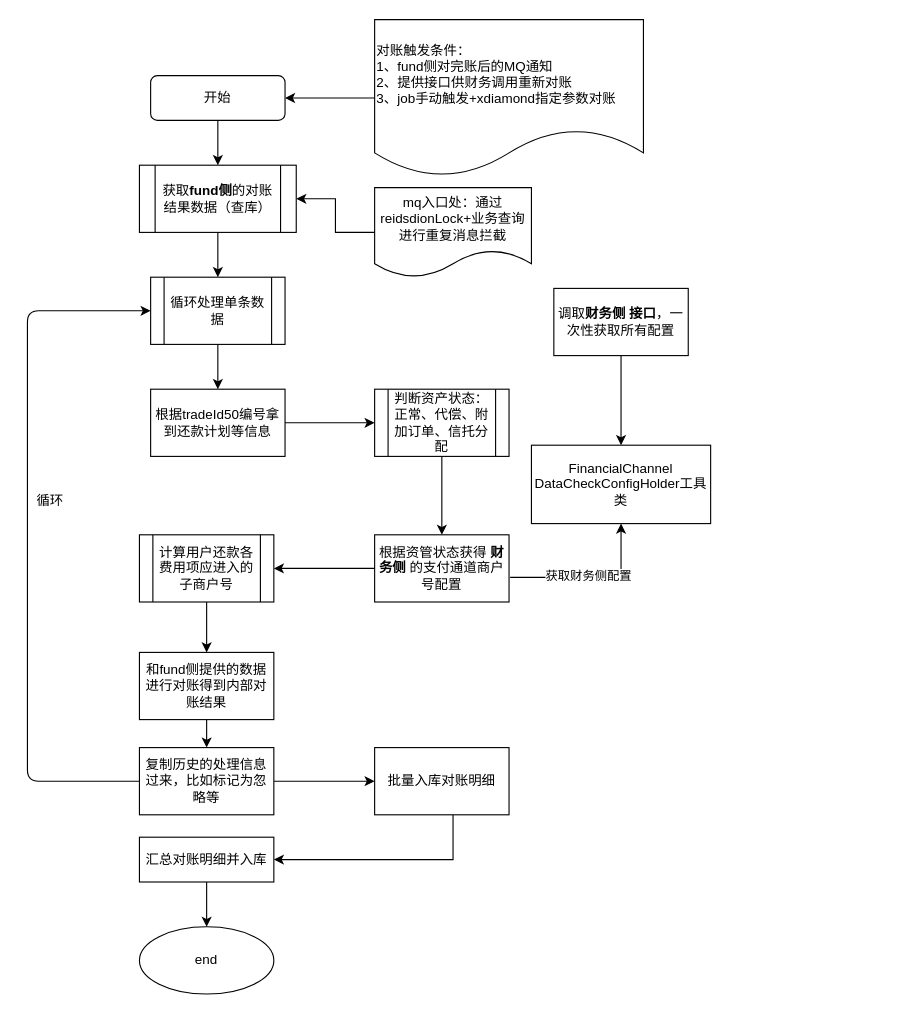
Above: tmp.drawio in guoZD/draw (draw.io), before the change. Source tidied: cells renumbered, new cells numbered last; positions are measured from the earlier drawing's top-left corner, leaving out a move shared by most shapes. Both pictures are drawn from the tidied source at 112%, with x=0, y=0 at pixel (27, 19).
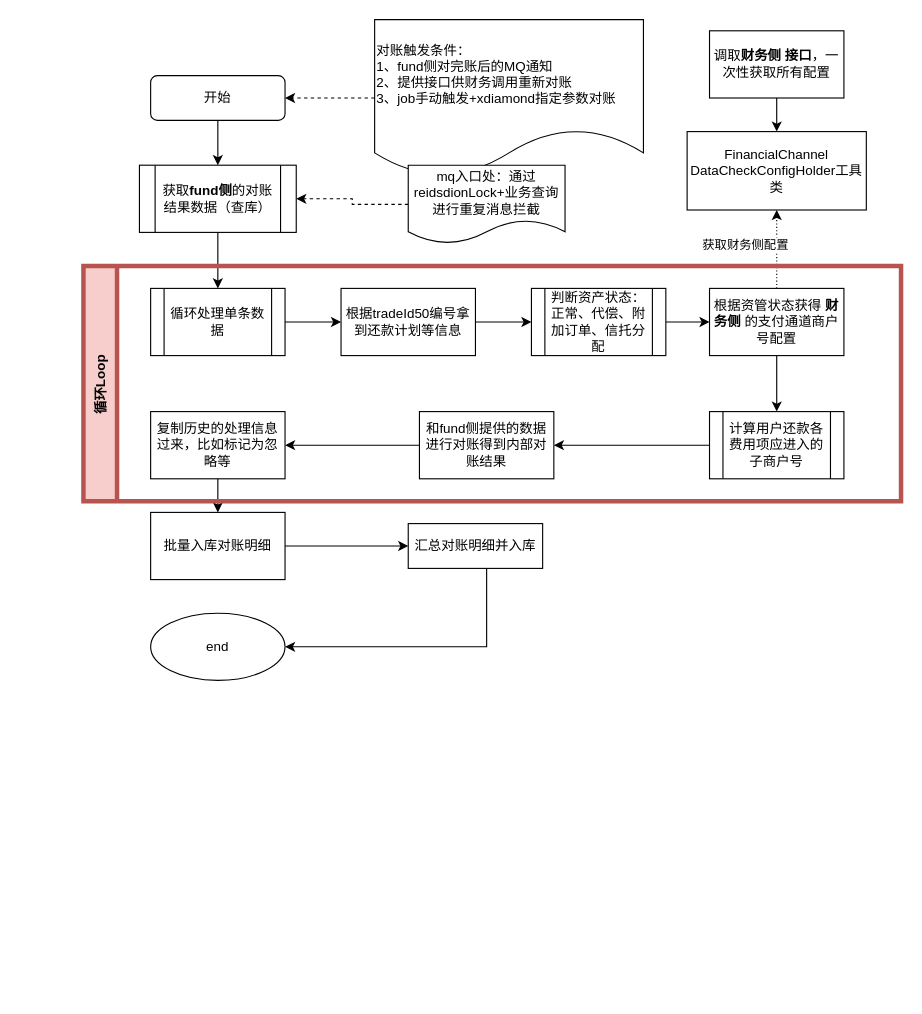
The same diagram, later.

The change refers to these unchanged cells:
```xml
<mxCell id="3" value="开始" style="rounded=1;whiteSpace=wrap;html=1;fontSize=12;glass=0;strokeWidth=1;shadow=0;" parent="1" vertex="1">
  <mxGeometry x="110" y="50" width="120" height="40" as="geometry" />
</mxCell>
<mxCell id="5" value="获取&lt;b&gt;fund侧&lt;/b&gt;的对账结果数据（查库）" style="shape=process;whiteSpace=wrap;html=1;backgroundOutline=1;" parent="1" vertex="1">
  <mxGeometry x="100" y="130" width="140" height="60" as="geometry" />
</mxCell>
<mxCell id="26" value="对账触发条件：&lt;br&gt;1、fund侧对完账后的MQ通知&lt;br&gt;&lt;div&gt;2、提供接口供财务调用重新对账&lt;/div&gt;&lt;div&gt;3、job手动触发+xdiamond指定参数对账&lt;/div&gt;" style="shape=document;whiteSpace=wrap;html=1;boundedLbl=1;align=left;" parent="1" vertex="1">
  <mxGeometry x="310" width="240" height="140" as="geometry" />
</mxCell>
```

The edit, as a diff of the source:
```diff
@@
     <mxCell id="7" value="循环处理单条数据" style="shape=process;whiteSpace=wrap;html=1;backgroundOutline=1;" parent="1" vertex="1">
-      <mxGeometry x="110" y="230" width="120" height="60" as="geometry" />
+      <mxGeometry x="110" y="240" width="120" height="60" as="geometry" />
     </mxCell>
@@
     <mxCell id="9" value="根据tradeId50编号拿到还款计划等信息" style="rounded=0;whiteSpace=wrap;html=1;" parent="1" vertex="1">
-      <mxGeometry x="110" y="330" width="120" height="60" as="geometry" />
+      <mxGeometry x="280" y="240" width="120" height="60" as="geometry" />
     </mxCell>
@@
-    <mxCell id="11" style="edgeStyle=orthogonalEdgeStyle;rounded=0;jettySize=auto;html=1;exitX=1.008;exitY=0.633;exitDx=0;exitDy=0;exitPerimeter=0;" parent="1" edge="1" source="15" target="31">
+    <mxCell id="11" style="edgeStyle=orthogonalEdgeStyle;rounded=0;jettySize=auto;html=1;dashed=1;dashPattern=1 2;" parent="1" edge="1" source="15" target="31">
       <mxGeometry relative="1" as="geometry" />
     </mxCell>
     <mxCell id="12" value="获取财务侧配置" style="edgeLabel;html=1;align=center;verticalAlign=middle;" parent="11" vertex="1">
-      <mxGeometry x="-0.05" y="1" relative="1" as="geometry" />
+      <mxGeometry x="-0.05" y="1" relative="1" as="geometry">
+        <mxPoint x="-28" y="-7" as="offset" />
+      </mxGeometry>
     </mxCell>
     <mxCell id="13" value="判断资产状态：正常、代偿、附加订单、信托分配" style="shape=process;whiteSpace=wrap;html=1;backgroundOutline=1;" parent="1" vertex="1">
-      <mxGeometry x="310" y="330" width="120" height="60" as="geometry" />
+      <mxGeometry x="450" y="240" width="120" height="60" as="geometry" />
     </mxCell>
@@
     <mxCell id="15" value="根据资管状态获得 &lt;b&gt;财务侧&lt;/b&gt; 的支付通道商户号配置" style="whiteSpace=wrap;html=1;" parent="1" vertex="1">
-      <mxGeometry x="310" y="460" width="120" height="60" as="geometry" />
+      <mxGeometry x="609" y="240" width="120" height="60" as="geometry" />
     </mxCell>
-    <mxCell id="16" style="edgeStyle=orthogonalEdgeStyle;rounded=0;jettySize=auto;html=1;exitX=0.5;exitY=1;exitDx=0;exitDy=0;entryX=0.5;entryY=0;entryDx=0;entryDy=0;" parent="1" edge="1" source="17" target="28">
+    <mxCell id="16" style="edgeStyle=orthogonalEdgeStyle;rounded=0;jettySize=auto;html=1;" parent="1" edge="1" source="17" target="28">
       <mxGeometry relative="1" as="geometry" />
     </mxCell>
     <mxCell id="17" value="和fund侧提供的数据进行对账得到内部对账结果" style="whiteSpace=wrap;html=1;" parent="1" vertex="1">
-      <mxGeometry x="100" y="565" width="120" height="60" as="geometry" />
+      <mxGeometry x="350" y="350" width="120" height="60" as="geometry" />
     </mxCell>
     <mxCell id="18" value="end" style="ellipse;whiteSpace=wrap;html=1;" parent="1" vertex="1">
-      <mxGeometry x="100" y="810" width="120" height="60" as="geometry" />
+      <mxGeometry x="110" y="530" width="120" height="60" as="geometry" />
     </mxCell>
-    <mxCell id="19" style="endArrow=classic;html=1;entryX=0;entryY=0.5;entryDx=0;entryDy=0;exitX=0;exitY=0.5;exitDx=0;exitDy=0;" parent="1" edge="1" source="28" target="7">
-      <mxGeometry relative="1" as="geometry">
-        <Array as="points">
-          <mxPoint y="680" />
-          <mxPoint y="260" />
-        </Array>
-      </mxGeometry>
-    </mxCell>
-    <mxCell id="20" value="循环" style="text;html=1;align=center;verticalAlign=middle;strokeColor=none;" parent="1" vertex="1">
-      <mxGeometry y="420" width="40" height="20" as="geometry" />
-    </mxCell>
@@
     <mxCell id="22" value="&lt;span&gt;计算用户还款各费用项应进入的子商户号&lt;/span&gt;" style="shape=process;whiteSpace=wrap;html=1;backgroundOutline=1;" parent="1" vertex="1">
-      <mxGeometry x="100" y="460" width="120" height="60" as="geometry" />
+      <mxGeometry x="609" y="350" width="120" height="60" as="geometry" />
     </mxCell>
@@
     <mxCell id="24" value="调取&lt;b&gt;财务侧 接口&lt;/b&gt;，一次性获取所有配置" style="rounded=0;whiteSpace=wrap;html=1;" parent="1" vertex="1">
-      <mxGeometry x="470" y="240" width="120" height="60" as="geometry" />
+      <mxGeometry x="609" y="10" width="120" height="60" as="geometry" />
     </mxCell>
-    <mxCell id="25" style="edgeStyle=orthogonalEdgeStyle;rounded=0;jettySize=auto;html=1;" parent="1" edge="1" source="26" target="3">
+    <mxCell id="25" style="edgeStyle=orthogonalEdgeStyle;rounded=0;jettySize=auto;html=1;dashed=1;" parent="1" edge="1" source="26" target="3">
       <mxGeometry relative="1" as="geometry" />
     </mxCell>
@@
     <mxCell id="28" value="复制历史的处理信息过来，比如标记为忽略等" style="rounded=0;whiteSpace=wrap;html=1;" parent="1" vertex="1">
-      <mxGeometry x="100" y="650" width="120" height="60" as="geometry" />
+      <mxGeometry x="110" y="350" width="120" height="60" as="geometry" />
     </mxCell>
-    <mxCell id="29" style="edgeStyle=orthogonalEdgeStyle;rounded=0;jettySize=auto;html=1;" parent="1" edge="1" source="30" target="5">
+    <mxCell id="29" style="edgeStyle=orthogonalEdgeStyle;rounded=0;jettySize=auto;html=1;dashed=1;" parent="1" edge="1" source="30" target="5">
       <mxGeometry relative="1" as="geometry" />
     </mxCell>
     <mxCell id="30" value="mq入口处：通过reidsdionLock+业务查询进行重复消息拦截" style="shape=document;whiteSpace=wrap;html=1;boundedLbl=1;" parent="1" vertex="1">
-      <mxGeometry x="310" y="150" width="140" height="80" as="geometry" />
+      <mxGeometry x="340" y="130" width="140" height="70" as="geometry" />
     </mxCell>
     <mxCell id="31" value="FinancialChannel&lt;br&gt;DataCheckConfigHolder工具类" style="rounded=0;whiteSpace=wrap;html=1;" parent="1" vertex="1">
-      <mxGeometry x="450" y="380" width="160" height="70" as="geometry" />
+      <mxGeometry x="589" y="100" width="160" height="70" as="geometry" />
     </mxCell>
-    <mxCell id="32" style="edgeStyle=orthogonalEdgeStyle;rounded=0;jettySize=auto;html=1;" parent="1" edge="1" source="33" target="18">
-      <mxGeometry relative="1" as="geometry" />
+    <mxCell id="32" style="edgeStyle=orthogonalEdgeStyle;rounded=0;jettySize=auto;html=1;entryX=1;entryY=0.5;entryDx=0;entryDy=0;" parent="1" edge="1" source="33" target="18">
+      <mxGeometry relative="1" as="geometry">
+        <Array as="points">
+          <mxPoint x="410" y="560" />
+        </Array>
+      </mxGeometry>
     </mxCell>
     <mxCell id="33" value="汇总对账明细并入库" style="rounded=0;whiteSpace=wrap;html=1;" parent="1" vertex="1">
-      <mxGeometry x="100" y="730" width="120" height="40" as="geometry" />
+      <mxGeometry x="340" y="450" width="120" height="40" as="geometry" />
     </mxCell>
-    <mxCell id="34" style="edgeStyle=orthogonalEdgeStyle;rounded=0;jettySize=auto;html=1;entryX=1;entryY=0.5;entryDx=0;entryDy=0;" parent="1" edge="1" source="35" target="33">
-      <mxGeometry relative="1" as="geometry">
-        <Array as="points">
-          <mxPoint x="380" y="750" />
-        </Array>
-      </mxGeometry>
+    <mxCell id="34" style="edgeStyle=orthogonalEdgeStyle;rounded=0;jettySize=auto;html=1;" parent="1" edge="1" source="35" target="33">
+      <mxGeometry relative="1" as="geometry" />
     </mxCell>
     <mxCell id="35" value="批量入库对账明细" style="whiteSpace=wrap;html=1;rounded=0;" parent="1" vertex="1">
-      <mxGeometry x="310" y="650" width="120" height="60" as="geometry" />
+      <mxGeometry x="110" y="440" width="120" height="60" as="geometry" />
     </mxCell>
+    <mxCell id="36" value="循环Loop" style="swimlane;horizontal=0;fillColor=#f8cecc;strokeColor=#b85450;strokeWidth=4;glass=0;shadow=0;startSize=30;" parent="1" vertex="1">
+      <mxGeometry x="50" y="220" width="730" height="210" as="geometry" />
+    </mxCell>
```
